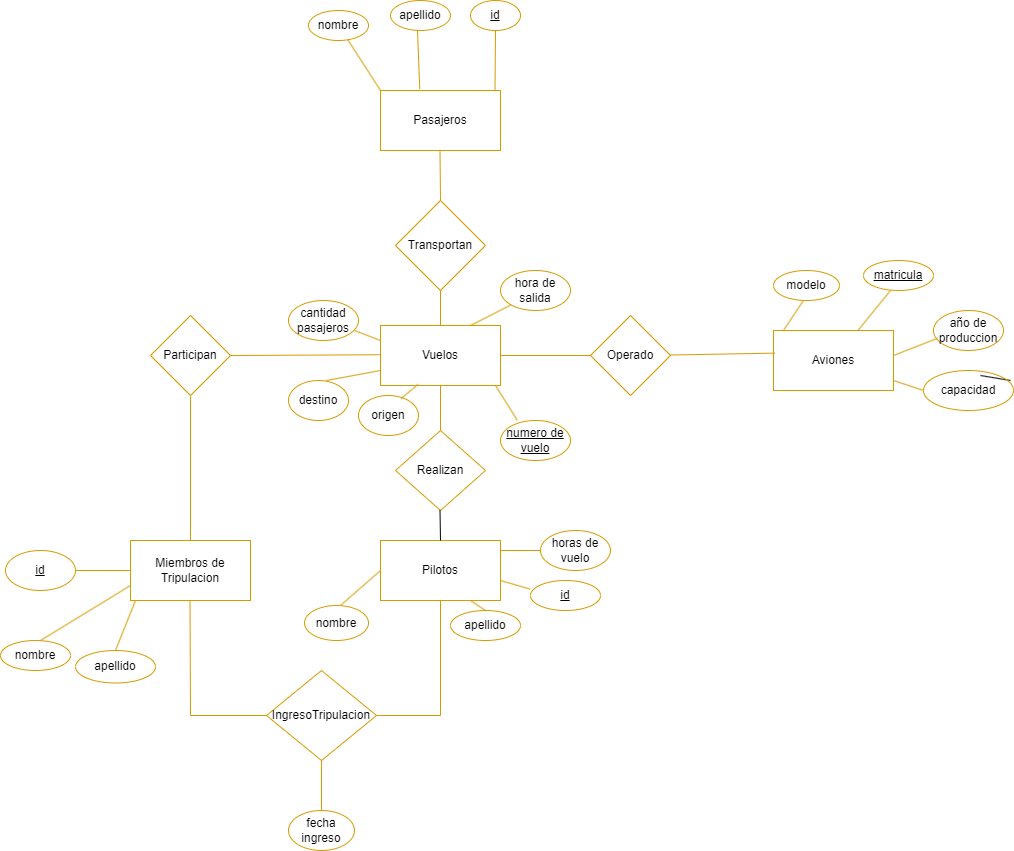
This is Diseño conceptual .drawio.png from NoeAvalos/Base-de-datos-Compa-ia-aerea, a draw.io export, as it was before one commit. Source tidied: cells renumbered, new cells last; positions are measured from the earlier drawing's top-left corner, leaving out a move shared by most shapes.
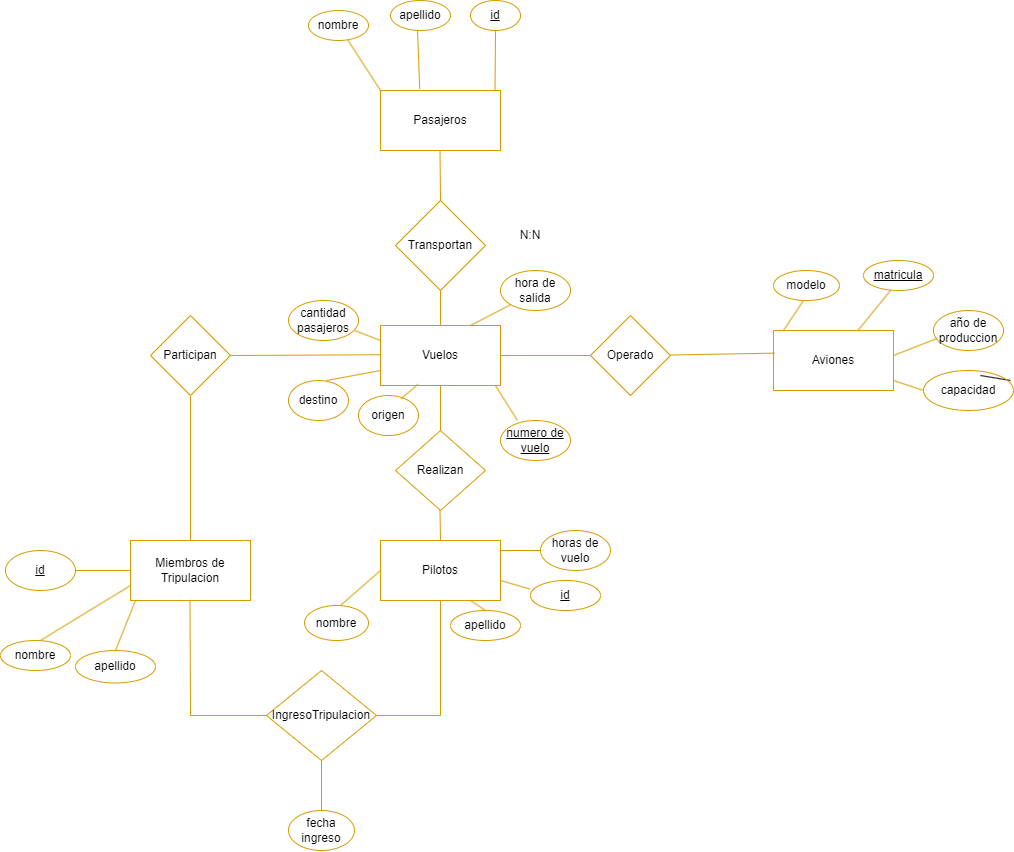
The same diagram one commit later.

The edit, as a diff of the source:
```diff
@@ -57,7 +57,7 @@
         <mxPoint x="440" y="430" as="sourcePoint" />
       </mxGeometry>
     </mxCell>
-    <mxCell id="18" style="endArrow=none;html=1;rounded=0;entryX=0.5;entryY=1;entryDx=0;entryDy=0;" parent="1" edge="1">
+    <mxCell id="18" style="endArrow=none;html=1;rounded=0;entryX=0.5;entryY=1;entryDx=0;entryDy=0;fillColor=#ffe6cc;strokeColor=#d79b00;" parent="1" edge="1">
       <mxGeometry relative="1" as="geometry">
         <mxPoint x="440" y="540" as="sourcePoint" />
         <mxPoint x="439.5" y="510" as="targetPoint" />
@@ -244,5 +244,8 @@
     <mxCell id="62" style="endArrow=none;html=1;rounded=0;exitX=0.5;exitY=0;exitDx=0;exitDy=0;entryX=0.5;entryY=1;entryDx=0;entryDy=0;fillColor=#ffe6cc;strokeColor=#d79b00;" parent="1" edge="1" source="8" target="20">
       <mxGeometry relative="1" as="geometry" />
     </mxCell>
+    <mxCell id="63" value="N:N" style="text;html=1;strokeColor=none;fillColor=none;align=center;verticalAlign=middle;whiteSpace=wrap;rounded=0;" parent="1" vertex="1">
+      <mxGeometry x="500" y="220" width="60" height="30" as="geometry" />
+    </mxCell>
   </root>
 </mxGraphModel>
```
